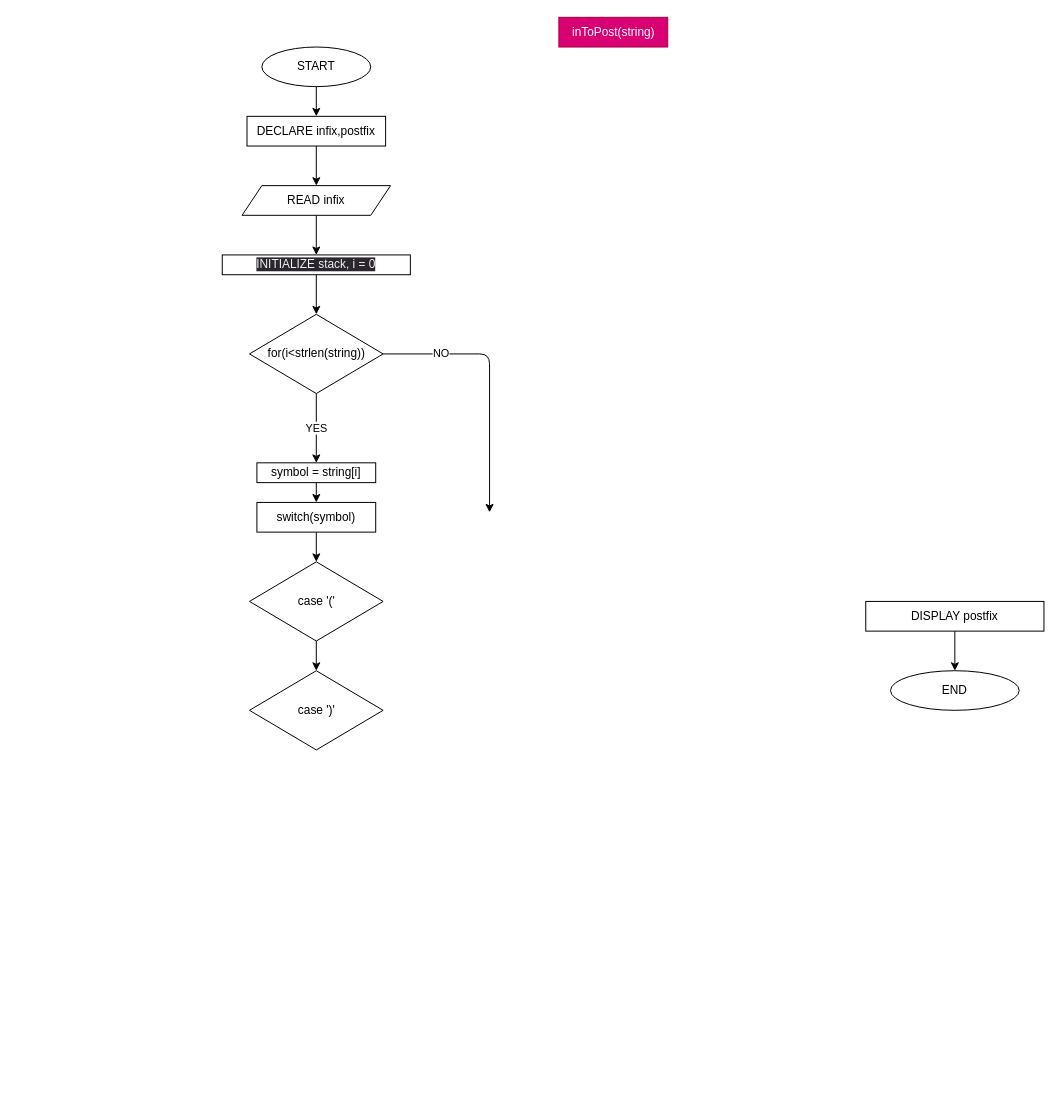
The draw.io diagram page "Page-3" (3 of 3) of stack/stack_flowchart.drawio in seamoonpandey/4th-sem-DSA-lab, before the edit. Source tidied: cells renumbered, new cells numbered last; positions are measured from the earlier drawing's top-left corner, leaving out a move shared by most shapes. Both pictures are drawn from the tidied source at 99%, with x=0, y=0 at pixel (222, 17).
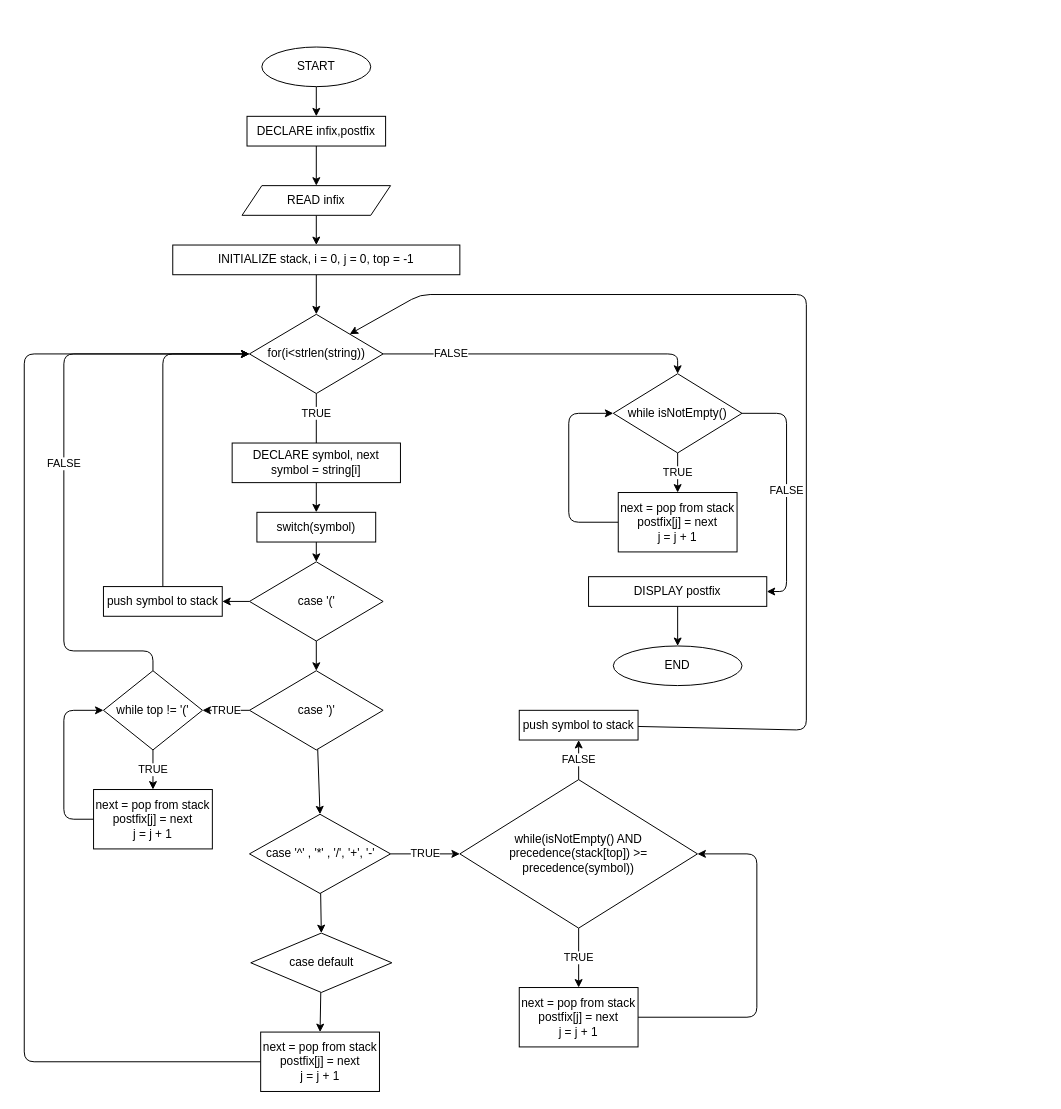
After the change.

The change refers to these unchanged cells:
```xml
<mxCell id="3" value="START" style="ellipse;whiteSpace=wrap;html=1;" parent="1" vertex="1">
  <mxGeometry x="40" y="30" width="110" height="40" as="geometry" />
</mxCell>
<mxCell id="11" value="DECLARE infix,postfix" style="rounded=0;whiteSpace=wrap;html=1;fillColor=default;" parent="1" vertex="1">
  <mxGeometry x="25" y="100" width="140" height="30" as="geometry" />
</mxCell>
<mxCell id="16" value="for(i&amp;lt;strlen(string))" style="rhombus;whiteSpace=wrap;html=1;fillColor=default;" parent="1" vertex="1">
  <mxGeometry x="27.5" y="300" width="135" height="80" as="geometry" />
</mxCell>
<mxCell id="20" value="case '('" style="rhombus;whiteSpace=wrap;html=1;fillColor=default;" parent="1" vertex="1">
  <mxGeometry x="27.5" y="550" width="135" height="80" as="geometry" />
</mxCell>
<mxCell id="23" value="case ')'" style="rhombus;whiteSpace=wrap;html=1;fillColor=default;" parent="1" vertex="1">
  <mxGeometry x="27.5" y="660" width="135" height="80" as="geometry" />
</mxCell>
```

The edit, as a diff of the source:
```diff
@@
-    <mxCell id="2" style="edgeStyle=none;html=1;entryX=0.5;entryY=0;entryDx=0;entryDy=0;" parent="1" edge="1" source="3" target="11">
+    <mxCell id="2" style="edgeStyle=none;html=1;entryX=0.5;entryY=0;entryDx=0;entryDy=0;align=left;" parent="1" edge="1" source="3" target="11">
       <mxGeometry relative="1" as="geometry" />
     </mxCell>
@@
-    <mxCell id="6" value="END" style="ellipse;whiteSpace=wrap;html=1;" parent="1" vertex="1">
-      <mxGeometry x="675" y="660" width="130" height="40" as="geometry" />
-    </mxCell>
-    <mxCell id="7" style="edgeStyle=none;html=1;entryX=0.5;entryY=0;entryDx=0;entryDy=0;" parent="1" edge="1" source="8" target="6">
-      <mxGeometry relative="1" as="geometry" />
-    </mxCell>
-    <mxCell id="8" value="DISPLAY postfix" style="rounded=0;whiteSpace=wrap;html=1;" parent="1" vertex="1">
-      <mxGeometry x="650" y="590" width="180" height="30" as="geometry" />
-    </mxCell>
-    <mxCell id="9" value="&lt;span style=&quot;&quot;&gt;inToPost(string)&lt;/span&gt;" style="text;html=1;align=center;verticalAlign=middle;strokeColor=#A50040;fillColor=#d80073;fontColor=#ffffff;" parent="1" vertex="1">
-      <mxGeometry x="340" width="110" height="30" as="geometry" />
-    </mxCell>
@@
-    <mxCell id="13" value="&lt;span style=&quot;color: rgb(240, 240, 240); font-family: Helvetica; font-size: 12px; font-style: normal; font-variant-ligatures: normal; font-variant-caps: normal; font-weight: 400; letter-spacing: normal; orphans: 2; text-align: center; text-indent: 0px; text-transform: none; widows: 2; word-spacing: 0px; -webkit-text-stroke-width: 0px; background-color: rgb(42, 37, 47); text-decoration-thickness: initial; text-decoration-style: initial; text-decoration-color: initial; float: none; display: inline !important;&quot;&gt;INITIALIZE stack, i = 0&lt;/span&gt;" style="rounded=0;whiteSpace=wrap;html=1;fillColor=default;" parent="1" vertex="1">
-      <mxGeometry y="240" width="190" height="20" as="geometry" />
+    <mxCell id="13" value="INITIALIZE stack, i = 0, j = 0, top = -1" style="rounded=0;whiteSpace=wrap;html=1;fillColor=default;" parent="1" vertex="1">
+      <mxGeometry x="-50" y="230" width="290" height="30" as="geometry" />
     </mxCell>
-    <mxCell id="14" value="NO" style="edgeStyle=none;html=1;exitX=1;exitY=0.5;exitDx=0;exitDy=0;" parent="1" edge="1" source="16">
+    <mxCell id="14" value="FALSE" style="edgeStyle=none;html=1;exitX=1;exitY=0.5;exitDx=0;exitDy=0;entryX=0.5;entryY=0;entryDx=0;entryDy=0;" parent="1" edge="1" source="16" target="52">
       <mxGeometry x="-0.57" relative="1" as="geometry">
-        <mxPoint x="270" y="500" as="targetPoint" />
         <Array as="points">
-          <mxPoint x="270" y="340" />
+          <mxPoint x="460" y="340" />
         </Array>
       </mxGeometry>
     </mxCell>
-    <mxCell id="15" value="YES" style="edgeStyle=none;html=1;" parent="1" edge="1" source="16">
-      <mxGeometry relative="1" as="geometry">
+    <mxCell id="15" value="TRUE" style="edgeStyle=none;html=1;" parent="1" edge="1" source="16">
+      <mxGeometry x="-0.43" relative="1" as="geometry">
         <mxPoint x="95" y="450" as="targetPoint" />
       </mxGeometry>
     </mxCell>
@@
-    <mxCell id="18" value="symbol = string[i]" style="rounded=0;whiteSpace=wrap;html=1;fillColor=default;" parent="1" vertex="1">
-      <mxGeometry x="35" y="450" width="120" height="20" as="geometry" />
+    <mxCell id="18" value="DECLARE symbol, next&lt;br&gt;symbol = string[i]" style="rounded=0;whiteSpace=wrap;html=1;fillColor=default;" parent="1" vertex="1">
+      <mxGeometry x="10" y="430" width="170" height="40" as="geometry" />
     </mxCell>
@@
+    <mxCell id="24" style="edgeStyle=none;html=1;entryX=1;entryY=0.5;entryDx=0;entryDy=0;" parent="1" edge="1" source="20" target="28">
+      <mxGeometry relative="1" as="geometry" />
+    </mxCell>
@@
     <mxCell id="22" value="switch(symbol)" style="rounded=0;whiteSpace=wrap;html=1;fillColor=default;" parent="1" vertex="1">
-      <mxGeometry x="35" y="490" width="120" height="30" as="geometry" />
+      <mxGeometry x="35" y="500" width="120" height="30" as="geometry" />
     </mxCell>
+    <mxCell id="25" style="edgeStyle=none;html=1;entryX=0.5;entryY=0;entryDx=0;entryDy=0;" parent="1" edge="1" source="23" target="31">
+      <mxGeometry relative="1" as="geometry" />
+    </mxCell>
+    <mxCell id="26" value="TRUE" style="edgeStyle=none;html=1;entryX=1;entryY=0.5;entryDx=0;entryDy=0;" parent="1" edge="1" source="23" target="33">
+      <mxGeometry relative="1" as="geometry" />
+    </mxCell>
@@
+    <mxCell id="27" style="edgeStyle=none;html=1;entryX=0;entryY=0.5;entryDx=0;entryDy=0;" parent="1" edge="1" source="28" target="16">
+      <mxGeometry relative="1" as="geometry">
+        <Array as="points">
+          <mxPoint x="-60" y="340" />
+        </Array>
+      </mxGeometry>
+    </mxCell>
+    <mxCell id="28" value="push symbol to stack" style="rounded=0;whiteSpace=wrap;html=1;fillColor=default;" parent="1" vertex="1">
+      <mxGeometry x="-120" y="575" width="120" height="30" as="geometry" />
+    </mxCell>
+    <mxCell id="29" style="edgeStyle=none;html=1;entryX=0.5;entryY=0;entryDx=0;entryDy=0;" parent="1" edge="1" source="31" target="38">
+      <mxGeometry relative="1" as="geometry" />
+    </mxCell>
+    <mxCell id="30" value="TRUE" style="edgeStyle=none;html=1;" parent="1" edge="1" source="31" target="43">
+      <mxGeometry relative="1" as="geometry" />
+    </mxCell>
+    <mxCell id="31" value="case '^' , '*' , '/', '+', '-'" style="rhombus;whiteSpace=wrap;html=1;fillColor=default;" parent="1" vertex="1">
+      <mxGeometry x="27.5" y="805" width="142.5" height="80" as="geometry" />
+    </mxCell>
+    <mxCell id="32" value="TRUE" style="edgeStyle=none;html=1;" parent="1" edge="1" source="33">
+      <mxGeometry relative="1" as="geometry">
+        <mxPoint x="-70" y="780" as="targetPoint" />
+      </mxGeometry>
+    </mxCell>
+    <mxCell id="33" value="while top != '('" style="rhombus;whiteSpace=wrap;html=1;fillColor=default;" parent="1" vertex="1">
+      <mxGeometry x="-120" y="660" width="100" height="80" as="geometry" />
+    </mxCell>
+    <mxCell id="34" value="FALSE" style="edgeStyle=none;html=1;entryX=0;entryY=0.5;entryDx=0;entryDy=0;exitX=0.5;exitY=0;exitDx=0;exitDy=0;" parent="1" edge="1" source="33" target="16">
+      <mxGeometry relative="1" as="geometry">
+        <Array as="points">
+          <mxPoint x="-70" y="640" />
+          <mxPoint x="-160" y="640" />
+          <mxPoint x="-160" y="340" />
+        </Array>
+      </mxGeometry>
+    </mxCell>
+    <mxCell id="35" style="edgeStyle=none;html=1;entryX=0;entryY=0.5;entryDx=0;entryDy=0;" parent="1" edge="1" source="36" target="33">
+      <mxGeometry relative="1" as="geometry">
+        <Array as="points">
+          <mxPoint x="-160" y="810" />
+          <mxPoint x="-160" y="700" />
+        </Array>
+      </mxGeometry>
+    </mxCell>
+    <mxCell id="36" value="next = pop from stack&lt;br&gt;postfix[j] = next&lt;br&gt;j = j + 1" style="rounded=0;whiteSpace=wrap;html=1;fillColor=default;" parent="1" vertex="1">
+      <mxGeometry x="-130" y="780" width="120" height="60" as="geometry" />
+    </mxCell>
+    <mxCell id="37" style="edgeStyle=none;html=1;entryX=0.5;entryY=0;entryDx=0;entryDy=0;" parent="1" edge="1" source="38" target="40">
+      <mxGeometry relative="1" as="geometry" />
+    </mxCell>
+    <mxCell id="38" value="case default" style="rhombus;whiteSpace=wrap;html=1;fillColor=default;" parent="1" vertex="1">
+      <mxGeometry x="28.8" y="925" width="142.5" height="60" as="geometry" />
+    </mxCell>
+    <mxCell id="6" value="END" style="ellipse;whiteSpace=wrap;html=1;" parent="1" vertex="1">
+      <mxGeometry x="395" y="635" width="130" height="40" as="geometry" />
+    </mxCell>
+    <mxCell id="7" style="edgeStyle=none;html=1;entryX=0.5;entryY=0;entryDx=0;entryDy=0;" parent="1" edge="1" source="8" target="6">
+      <mxGeometry relative="1" as="geometry" />
+    </mxCell>
+    <mxCell id="8" value="DISPLAY postfix" style="rounded=0;whiteSpace=wrap;html=1;" parent="1" vertex="1">
+      <mxGeometry x="370" y="565" width="180" height="30" as="geometry" />
+    </mxCell>
+    <mxCell id="39" style="edgeStyle=none;html=1;entryX=0;entryY=0.5;entryDx=0;entryDy=0;" parent="1" edge="1" source="40" target="16">
+      <mxGeometry relative="1" as="geometry">
+        <Array as="points">
+          <mxPoint x="-200" y="1055" />
+          <mxPoint x="-200" y="340" />
+        </Array>
+      </mxGeometry>
+    </mxCell>
+    <mxCell id="40" value="next = pop from stack&lt;br&gt;postfix[j] = next&lt;br&gt;j = j + 1" style="rounded=0;whiteSpace=wrap;html=1;fillColor=default;" parent="1" vertex="1">
+      <mxGeometry x="38.8" y="1025" width="120" height="60" as="geometry" />
+    </mxCell>
+    <mxCell id="41" value="TRUE" style="edgeStyle=none;html=1;entryX=0.5;entryY=0;entryDx=0;entryDy=0;" parent="1" edge="1" source="43" target="45">
+      <mxGeometry relative="1" as="geometry" />
+    </mxCell>
+    <mxCell id="42" value="FALSE" style="edgeStyle=none;html=1;entryX=0.5;entryY=1;entryDx=0;entryDy=0;" parent="1" edge="1" source="43" target="47">
+      <mxGeometry relative="1" as="geometry" />
+    </mxCell>
+    <mxCell id="43" value="&lt;div&gt;while(isNotEmpty() AND precedence(stack[top]) &amp;gt;= precedence(symbol))&lt;/div&gt;" style="rhombus;whiteSpace=wrap;html=1;fillColor=default;" parent="1" vertex="1">
+      <mxGeometry x="240" y="770" width="240" height="150" as="geometry" />
+    </mxCell>
+    <mxCell id="44" style="edgeStyle=none;html=1;entryX=1;entryY=0.5;entryDx=0;entryDy=0;" parent="1" edge="1" source="45" target="43">
+      <mxGeometry relative="1" as="geometry">
+        <Array as="points">
+          <mxPoint x="540" y="1010" />
+          <mxPoint x="540" y="845" />
+        </Array>
+      </mxGeometry>
+    </mxCell>
+    <mxCell id="45" value="next = pop from stack&lt;br&gt;postfix[j] = next&lt;br&gt;j = j + 1" style="rounded=0;whiteSpace=wrap;html=1;fillColor=default;" parent="1" vertex="1">
+      <mxGeometry x="300" y="980" width="120" height="60" as="geometry" />
+    </mxCell>
+    <mxCell id="46" style="edgeStyle=none;html=1;entryX=1;entryY=0;entryDx=0;entryDy=0;" parent="1" edge="1" source="47" target="16">
+      <mxGeometry relative="1" as="geometry">
+        <Array as="points">
+          <mxPoint x="590" y="720" />
+          <mxPoint x="590" y="280" />
+          <mxPoint x="200" y="280" />
+        </Array>
+      </mxGeometry>
+    </mxCell>
+    <mxCell id="47" value="push symbol to stack" style="rounded=0;whiteSpace=wrap;html=1;fillColor=default;" parent="1" vertex="1">
+      <mxGeometry x="300" y="700" width="120" height="30" as="geometry" />
+    </mxCell>
+    <mxCell id="48" style="edgeStyle=none;html=1;entryX=0;entryY=0.5;entryDx=0;entryDy=0;" parent="1" edge="1" source="49" target="52">
+      <mxGeometry relative="1" as="geometry">
+        <Array as="points">
+          <mxPoint x="350" y="510" />
+          <mxPoint x="350" y="400" />
+        </Array>
+      </mxGeometry>
+    </mxCell>
+    <mxCell id="49" value="next = pop from stack&lt;br&gt;postfix[j] = next&lt;br&gt;j = j + 1" style="rounded=0;whiteSpace=wrap;html=1;fillColor=default;" parent="1" vertex="1">
+      <mxGeometry x="400" y="480" width="120" height="60" as="geometry" />
+    </mxCell>
+    <mxCell id="50" value="TRUE" style="edgeStyle=none;html=1;entryX=0.5;entryY=0;entryDx=0;entryDy=0;" parent="1" edge="1" source="52" target="49">
+      <mxGeometry relative="1" as="geometry" />
+    </mxCell>
+    <mxCell id="51" value="FALSE" style="edgeStyle=none;html=1;entryX=1;entryY=0.5;entryDx=0;entryDy=0;" parent="1" edge="1" source="52" target="8">
+      <mxGeometry relative="1" as="geometry">
+        <Array as="points">
+          <mxPoint x="570" y="400" />
+          <mxPoint x="570" y="580" />
+        </Array>
+      </mxGeometry>
+    </mxCell>
+    <mxCell id="52" value="while isNotEmpty()" style="rhombus;whiteSpace=wrap;html=1;" parent="1" vertex="1">
+      <mxGeometry x="395" y="360" width="130" height="80" as="geometry" />
+    </mxCell>
```
